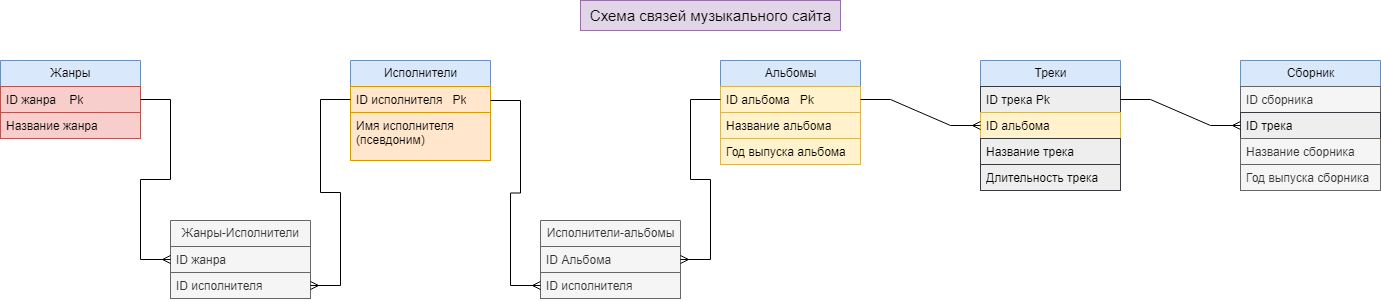
This is Music/Music2.png from KrutovaEk/Music, a draw.io export, as it was before one commit. Source tidied: cells renumbered, new cells last; positions are measured from the earlier drawing's top-left corner, leaving out a move shared by most shapes.
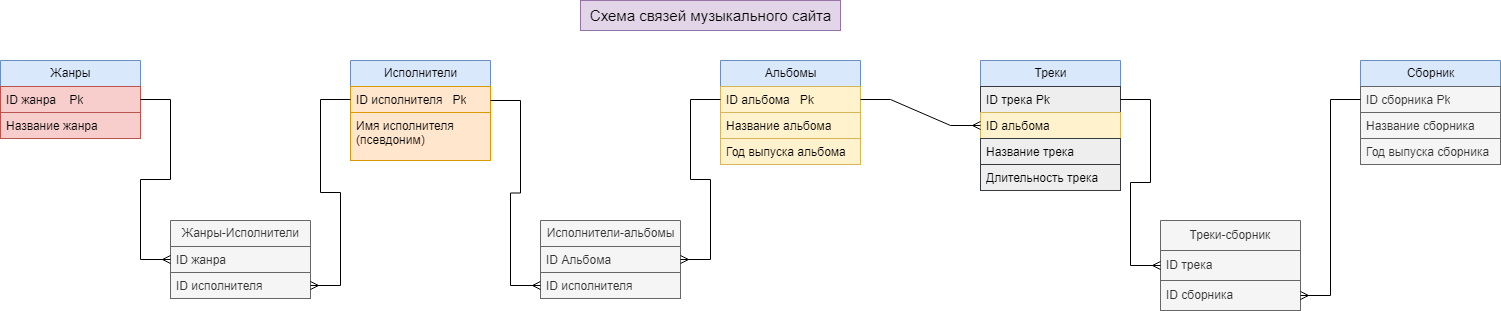
The same diagram one commit later.

Change to the diagram source:
```diff
@@ -60,19 +60,16 @@
       <mxGeometry y="52" width="140" height="26" as="geometry" />
     </mxCell>
     <mxCell id="21" value="Сборник" style="swimlane;fontStyle=0;horizontal=1;startSize=26;fillColor=#dae8fc;html=1;strokeColor=#6c8ebf;" parent="1" vertex="1">
-      <mxGeometry x="1240" y="60" width="140" height="130" as="geometry" />
+      <mxGeometry x="1360" y="60" width="140" height="104" as="geometry" />
     </mxCell>
-    <mxCell id="22" value="ID сборника" style="text;strokeColor=#666666;fillColor=#f5f5f5;align=left;verticalAlign=top;spacingLeft=4;spacingRight=4;overflow=hidden;points=[[0,0.5],[1,0.5]];portConstraint=eastwest;whiteSpace=wrap;html=1;fontColor=#333333;" parent="21" vertex="1">
+    <mxCell id="22" value="ID сборника Pk" style="text;strokeColor=#666666;fillColor=#f5f5f5;align=left;verticalAlign=top;spacingLeft=4;spacingRight=4;overflow=hidden;points=[[0,0.5],[1,0.5]];portConstraint=eastwest;whiteSpace=wrap;html=1;fontColor=#333333;" parent="21" vertex="1">
       <mxGeometry y="26" width="140" height="26" as="geometry" />
     </mxCell>
-    <mxCell id="23" value="ID трека" style="text;strokeColor=#36393d;fillColor=#eeeeee;align=left;verticalAlign=top;spacingLeft=4;spacingRight=4;overflow=hidden;whiteSpace=wrap;html=1;" parent="21" vertex="1">
-      <mxGeometry y="52" width="140" height="26" as="geometry" />
-    </mxCell>
     <mxCell id="24" value="Название сборника" style="text;strokeColor=#666666;fillColor=#f5f5f5;align=left;verticalAlign=top;spacingLeft=4;spacingRight=4;overflow=hidden;whiteSpace=wrap;html=1;fontColor=#333333;" parent="21" vertex="1">
-      <mxGeometry y="78" width="140" height="26" as="geometry" />
+      <mxGeometry y="52" width="140" height="26" as="geometry" />
     </mxCell>
     <mxCell id="25" value="Год выпуска сборника" style="text;strokeColor=#666666;fillColor=#f5f5f5;align=left;verticalAlign=top;spacingLeft=4;spacingRight=4;overflow=hidden;whiteSpace=wrap;html=1;fontColor=#333333;" parent="21" vertex="1">
-      <mxGeometry y="104" width="140" height="26" as="geometry" />
+      <mxGeometry y="78" width="140" height="26" as="geometry" />
     </mxCell>
     <mxCell id="26" value="Исполнители-альбомы" style="swimlane;fontStyle=0;horizontal=1;startSize=26;fillColor=#f5f5f5;html=1;fontColor=#333333;strokeColor=#666666;" parent="1" vertex="1">
       <mxGeometry x="540" y="220" width="140" height="78" as="geometry" />
@@ -83,9 +80,6 @@
     <mxCell id="28" value="ID исполнителя" style="text;strokeColor=#666666;fillColor=#f5f5f5;align=left;verticalAlign=top;spacingLeft=4;spacingRight=4;overflow=hidden;points=[[0,0.5],[1,0.5]];portConstraint=eastwest;whiteSpace=wrap;html=1;fontColor=#333333;" parent="26" vertex="1">
       <mxGeometry y="52" width="140" height="26" as="geometry" />
     </mxCell>
-    <mxCell id="29" style="edgeStyle=entityRelationEdgeStyle;fontSize=12;html=1;endArrow=ERmany;rounded=0;exitX=1;exitY=0.5;exitDx=0;exitDy=0;entryX=0;entryY=0.5;entryDx=0;entryDy=0;" parent="1" edge="1" source="13" target="21">
-      <mxGeometry relative="1" as="geometry" />
-    </mxCell>
     <mxCell id="30" style="edgeStyle=entityRelationEdgeStyle;fontSize=12;html=1;endArrow=ERmany;rounded=0;entryX=0;entryY=0.5;entryDx=0;entryDy=0;exitX=1;exitY=0.5;exitDx=0;exitDy=0;" parent="1" edge="1" source="2" target="19">
       <mxGeometry relative="1" as="geometry" />
     </mxCell>
@@ -103,5 +97,20 @@
     <mxCell id="34" style="edgeStyle=entityRelationEdgeStyle;fontSize=12;html=1;endArrow=ERmany;rounded=0;exitX=1;exitY=0.5;exitDx=0;exitDy=0;entryX=0;entryY=0.5;entryDx=0;entryDy=0;" parent="1" edge="1" source="9" target="12">
       <mxGeometry relative="1" as="geometry" />
     </mxCell>
+    <mxCell id="35" value="Треки-сборник" style="swimlane;fontStyle=0;horizontal=1;startSize=30;whiteSpace=wrap;html=1;fillColor=#f5f5f5;fontColor=#333333;strokeColor=#666666;" parent="1" vertex="1">
+      <mxGeometry x="1160" y="220" width="140" height="90" as="geometry" />
+    </mxCell>
+    <mxCell id="23" value="ID трека&amp;nbsp;" style="text;strokeColor=#666666;fillColor=#f5f5f5;align=left;verticalAlign=middle;spacingLeft=4;spacingRight=4;overflow=hidden;whiteSpace=wrap;html=1;fontColor=#333333;" parent="35" vertex="1">
+      <mxGeometry y="30" width="140" height="30" as="geometry" />
+    </mxCell>
+    <mxCell id="36" value="ID сборника" style="text;strokeColor=#666666;fillColor=#f5f5f5;align=left;verticalAlign=middle;spacingLeft=4;spacingRight=4;overflow=hidden;points=[[0,0.5],[1,0.5]];portConstraint=eastwest;whiteSpace=wrap;html=1;fontColor=#333333;" parent="35" vertex="1">
+      <mxGeometry y="60" width="140" height="30" as="geometry" />
+    </mxCell>
+    <mxCell id="37" style="edgeStyle=entityRelationEdgeStyle;fontSize=12;html=1;endArrow=ERmany;rounded=0;entryX=0;entryY=0.5;entryDx=0;entryDy=0;exitX=1;exitY=0.5;exitDx=0;exitDy=0;" parent="1" edge="1" source="13" target="35">
+      <mxGeometry relative="1" as="geometry" />
+    </mxCell>
+    <mxCell id="38" style="edgeStyle=entityRelationEdgeStyle;fontSize=12;html=1;endArrow=ERmany;rounded=0;entryX=1;entryY=0.5;entryDx=0;entryDy=0;exitX=0;exitY=0.5;exitDx=0;exitDy=0;" parent="1" edge="1" source="22" target="36">
+      <mxGeometry relative="1" as="geometry" />
+    </mxCell>
   </root>
 </mxGraphModel>
```
